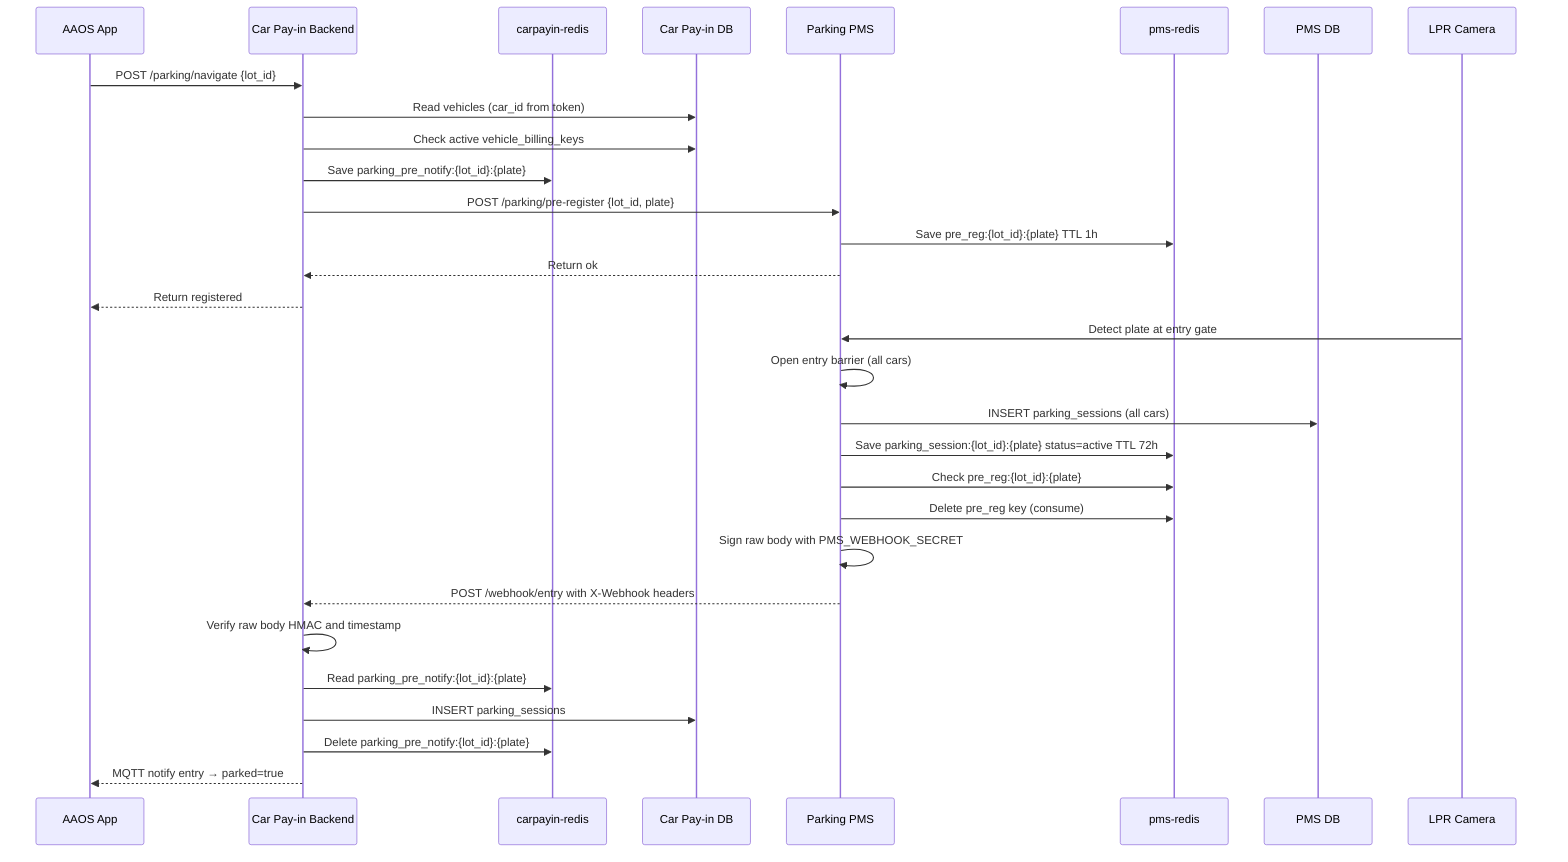
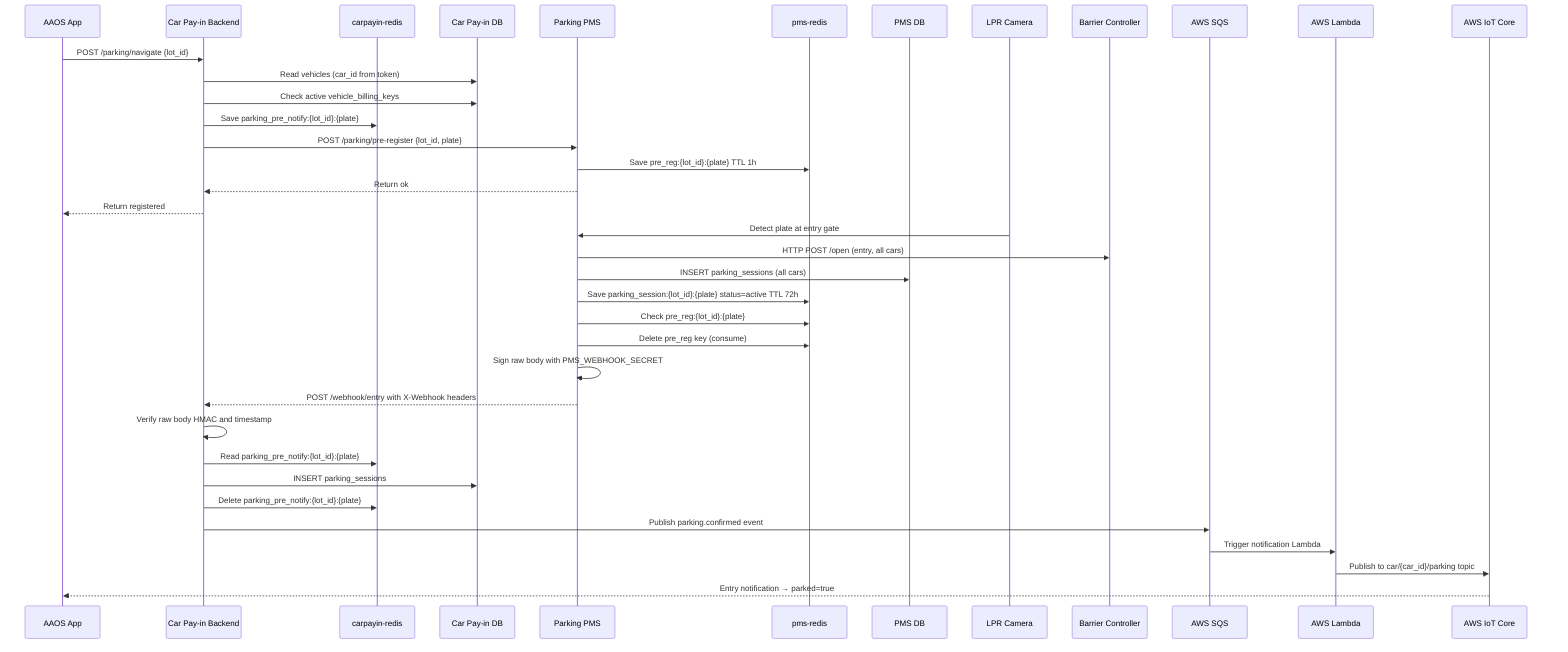
sequenceDiagram
    participant App as AAOS App
    participant Backend as Car Pay-in Backend
    participant CpRedis as carpayin-redis
    participant DB as Car Pay-in DB
    participant PMS as Parking PMS
    participant PmsRedis as pms-redis
    participant PMSDB as PMS DB
    participant LPR as LPR Camera
+     participant Barrier as Barrier Controller
+     participant SQS as AWS SQS
+     participant Lambda as AWS Lambda
+     participant IoT as AWS IoT Core

    App->>Backend: POST /parking/navigate {lot_id}
    Backend->>DB: Read vehicles (car_id from token)
    Backend->>DB: Check active vehicle_billing_keys
    Backend->>CpRedis: Save parking_pre_notify:{lot_id}:{plate}

    Backend->>PMS: POST /parking/pre-register {lot_id, plate}
    PMS->>PmsRedis: Save pre_reg:{lot_id}:{plate} TTL 1h
    PMS-->>Backend: Return ok
    Backend-->>App: Return registered

    LPR->>PMS: Detect plate at entry gate
-     PMS->>PMS: Open entry barrier (all cars)
+     PMS->>Barrier: HTTP POST /open (entry, all cars)
    PMS->>PMSDB: INSERT parking_sessions (all cars)
    PMS->>PmsRedis: Save parking_session:{lot_id}:{plate} status=active TTL 72h
    PMS->>PmsRedis: Check pre_reg:{lot_id}:{plate}
    PMS->>PmsRedis: Delete pre_reg key (consume)
    PMS->>PMS: Sign raw body with PMS_WEBHOOK_SECRET
    PMS-->>Backend: POST /webhook/entry with X-Webhook headers

    Backend->>Backend: Verify raw body HMAC and timestamp
    Backend->>CpRedis: Read parking_pre_notify:{lot_id}:{plate}
    Backend->>DB: INSERT parking_sessions
    Backend->>CpRedis: Delete parking_pre_notify:{lot_id}:{plate}
-     Backend-->>App: MQTT notify entry → parked=true
+     Backend->>SQS: Publish parking.confirmed event
+     SQS->>Lambda: Trigger notification Lambda
+     Lambda->>IoT: Publish to car/{car_id}/parking topic
+     IoT-->>App: Entry notification → parked=true
